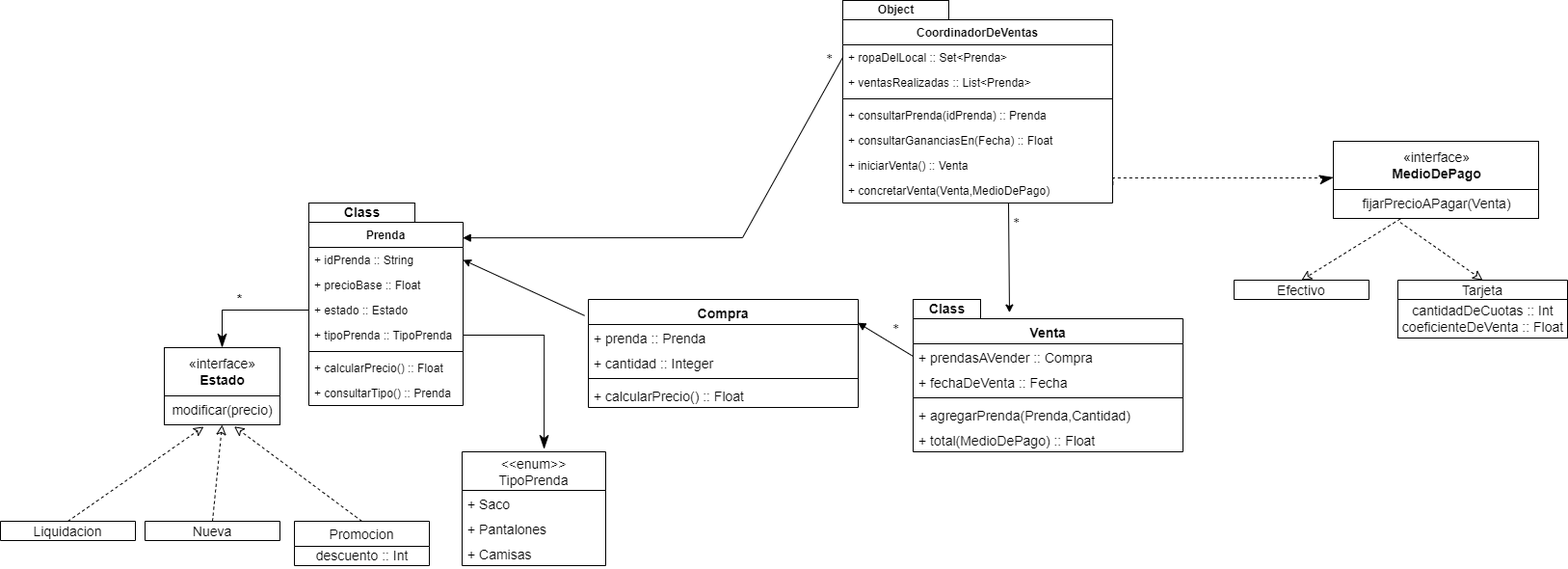
Above: Ej I.drawio.png in nullspace1/macowinsPrimeraIteracion (draw.io), before the change. Source tidied: cells renumbered, new cells last; positions are measured from the earlier drawing's top-left corner, leaving out a move shared by most shapes. Source of this version:
```xml
<mxGraphModel>
  <root>
    <mxCell id="0" />
    <mxCell id="1" parent="0" />
    <mxCell id="2" value="CoordinadorDeVentas" style="swimlane;fontStyle=1;align=center;verticalAlign=top;horizontal=1;startSize=26;" parent="1" vertex="1">
      <mxGeometry x="874" y="20" width="280" height="190" as="geometry" />
    </mxCell>
    <mxCell id="3" value="+ ropaDelLocal :: Set&lt;Prenda&gt;" style="text;strokeColor=none;fillColor=none;align=left;verticalAlign=top;spacingLeft=4;spacingRight=4;overflow=hidden;points=[[0,0.5],[1,0.5]];portConstraint=eastwest;" parent="2" vertex="1">
      <mxGeometry y="26" width="280" height="26" as="geometry" />
    </mxCell>
    <mxCell id="4" value="+ ventasRealizadas :: List&lt;Prenda&gt;" style="text;strokeColor=none;fillColor=none;align=left;verticalAlign=top;spacingLeft=4;spacingRight=4;overflow=hidden;" parent="2" vertex="1">
      <mxGeometry y="52" width="280" height="26" as="geometry" />
    </mxCell>
    <mxCell id="5" style="line;strokeWidth=1;fillColor=none;align=left;verticalAlign=middle;spacingTop=-1;spacingLeft=3;spacingRight=3;labelPosition=right;" parent="2" vertex="1">
      <mxGeometry y="78" width="280" height="8" as="geometry" />
    </mxCell>
    <mxCell id="6" value="+ consultarPrenda(idPrenda) :: Prenda" style="text;strokeColor=none;fillColor=none;align=left;verticalAlign=top;spacingLeft=4;spacingRight=4;overflow=hidden;" parent="2" vertex="1">
      <mxGeometry y="86" width="280" height="26" as="geometry" />
    </mxCell>
    <mxCell id="7" value="+ consultarGananciasEn(Fecha) :: Float" style="text;strokeColor=none;fillColor=none;align=left;verticalAlign=top;spacingLeft=4;spacingRight=4;overflow=hidden;" parent="2" vertex="1">
      <mxGeometry y="112" width="280" height="26" as="geometry" />
    </mxCell>
    <mxCell id="8" value="+ iniciarVenta() :: Venta" style="text;strokeColor=none;fillColor=none;align=left;verticalAlign=top;spacingLeft=4;spacingRight=4;overflow=hidden;" parent="2" vertex="1">
      <mxGeometry y="138" width="280" height="26" as="geometry" />
    </mxCell>
    <mxCell id="9" value="+ concretarVenta(Venta,MedioDePago)" style="text;strokeColor=none;fillColor=none;align=left;verticalAlign=top;spacingLeft=4;spacingRight=4;overflow=hidden;points=[[0,0.5],[1,0.5]];portConstraint=eastwest;" parent="2" vertex="1">
      <mxGeometry y="164" width="280" height="26" as="geometry" />
    </mxCell>
    <mxCell id="10" value="&lt;b&gt;Object&lt;/b&gt;" style="html=1;" parent="1" vertex="1">
      <mxGeometry x="874" width="110" height="20" as="geometry" />
    </mxCell>
    <mxCell id="11" value="Prenda" style="swimlane;fontStyle=1;align=center;verticalAlign=top;horizontal=1;startSize=26;" parent="1" vertex="1">
      <mxGeometry x="320" y="230" width="160" height="190" as="geometry" />
    </mxCell>
    <mxCell id="12" value="+ idPrenda :: String" style="text;strokeColor=none;fillColor=none;align=left;verticalAlign=top;spacingLeft=4;spacingRight=4;overflow=hidden;points=[[0,0.5],[1,0.5]];portConstraint=eastwest;" parent="11" vertex="1">
      <mxGeometry y="26" width="160" height="26" as="geometry" />
    </mxCell>
    <mxCell id="13" value="+ precioBase :: Float" style="text;strokeColor=none;fillColor=none;align=left;verticalAlign=top;spacingLeft=4;spacingRight=4;overflow=hidden;" parent="11" vertex="1">
      <mxGeometry y="52" width="160" height="26" as="geometry" />
    </mxCell>
    <mxCell id="14" value="+ estado :: Estado" style="text;strokeColor=none;fillColor=none;align=left;verticalAlign=top;spacingLeft=4;spacingRight=4;overflow=hidden;points=[[0,0.5],[1,0.5]];portConstraint=eastwest;" parent="11" vertex="1">
      <mxGeometry y="78" width="160" height="26" as="geometry" />
    </mxCell>
    <mxCell id="15" value="+ tipoPrenda :: TipoPrenda" style="text;strokeColor=none;fillColor=none;align=left;verticalAlign=top;spacingLeft=4;spacingRight=4;overflow=hidden;points=[[0,0.5],[1,0.5]];portConstraint=eastwest;" parent="11" vertex="1">
      <mxGeometry y="104" width="160" height="26" as="geometry" />
    </mxCell>
    <mxCell id="16" style="line;strokeWidth=1;fillColor=none;align=left;verticalAlign=middle;spacingTop=-1;spacingLeft=3;spacingRight=3;labelPosition=right;" parent="11" vertex="1">
      <mxGeometry y="130" width="160" height="8" as="geometry" />
    </mxCell>
    <mxCell id="17" value="+ calcularPrecio() :: Float" style="text;strokeColor=none;fillColor=none;align=left;verticalAlign=top;spacingLeft=4;spacingRight=4;overflow=hidden;" parent="11" vertex="1">
      <mxGeometry y="138" width="160" height="26" as="geometry" />
    </mxCell>
    <mxCell id="18" value="+ consultarTipo() :: Prenda" style="text;strokeColor=none;fillColor=none;align=left;verticalAlign=top;spacingLeft=4;spacingRight=4;overflow=hidden;" parent="11" vertex="1">
      <mxGeometry y="164" width="160" height="26" as="geometry" />
    </mxCell>
    <mxCell id="19" value="&lt;b&gt;Class&lt;/b&gt;" style="html=1;fontSize=14;" parent="1" vertex="1">
      <mxGeometry x="320" y="210" width="110" height="20" as="geometry" />
    </mxCell>
    <mxCell id="20" value="&lt;b&gt;&lt;font style=&quot;font-size: 14px&quot;&gt;&amp;nbsp;*&lt;/font&gt;&lt;/b&gt;" style="endArrow=classicThin;html=1;endSize=12;startArrow=none;startSize=14;startFill=0;edgeStyle=orthogonalEdgeStyle;align=left;verticalAlign=bottom;rounded=0;entryX=0.5;entryY=0;entryDx=0;entryDy=0;endFill=1;exitX=0;exitY=0.5;exitDx=0;exitDy=0;" parent="1" edge="1" source="14" target="21">
      <mxGeometry x="0.24" relative="1" as="geometry" />
    </mxCell>
    <mxCell id="21" value="«interface»&lt;br&gt;&lt;b&gt;Estado&lt;/b&gt;" style="html=1;fontSize=14;" parent="1" vertex="1">
      <mxGeometry x="170" y="360" width="120" height="50" as="geometry" />
    </mxCell>
    <mxCell id="22" value="modificar(precio)" style="html=1;fontSize=14;" parent="1" vertex="1">
      <mxGeometry x="170" y="410" width="120" height="30" as="geometry" />
    </mxCell>
    <mxCell id="23" style="html=1;verticalAlign=bottom;endArrow=classic;dashed=1;endSize=8;rounded=0;fontSize=14;endFill=0;entryX=0.5;entryY=1;entryDx=0;entryDy=0;exitX=0.5;exitY=0;exitDx=0;exitDy=0;" parent="1" edge="1" source="24" target="22">
      <mxGeometry relative="1" as="geometry" />
    </mxCell>
    <mxCell id="24" value="Nueva" style="swimlane;fontStyle=0;horizontal=1;startSize=26;fillColor=none;fontSize=14;" parent="1" vertex="1">
      <mxGeometry x="150" y="540" width="140" height="20" as="geometry" />
    </mxCell>
    <mxCell id="25" value="Promocion" style="swimlane;fontStyle=0;horizontal=1;startSize=26;fillColor=none;fontSize=14;" parent="1" vertex="1">
      <mxGeometry x="305" y="540" width="140" height="46" as="geometry" />
    </mxCell>
    <mxCell id="26" value="descuento :: Int" style="text;html=1;align=center;verticalAlign=middle;strokeColor=none;fillColor=none;fontSize=14;" parent="25" vertex="1">
      <mxGeometry y="26" width="140" height="20" as="geometry" />
    </mxCell>
    <mxCell id="27" style="html=1;verticalAlign=bottom;endArrow=classic;dashed=1;endSize=8;rounded=0;fontSize=14;endFill=0;entryX=0.605;entryY=1.058;entryDx=0;entryDy=0;entryPerimeter=0;exitX=0.5;exitY=0;exitDx=0;exitDy=0;" parent="1" edge="1" source="25" target="22">
      <mxGeometry relative="1" as="geometry" />
    </mxCell>
    <mxCell id="28" value="Liquidacion" style="swimlane;fontStyle=0;horizontal=1;startSize=26;fillColor=none;fontSize=14;" parent="1" vertex="1">
      <mxGeometry y="540" width="140" height="20" as="geometry" />
    </mxCell>
    <mxCell id="29" style="html=1;verticalAlign=bottom;endArrow=classic;dashed=1;endSize=8;rounded=0;fontSize=14;endFill=0;entryX=0.34;entryY=1.064;entryDx=0;entryDy=0;entryPerimeter=0;exitX=0.5;exitY=0;exitDx=0;exitDy=0;" parent="1" edge="1" source="28" target="22">
      <mxGeometry relative="1" as="geometry" />
    </mxCell>
    <mxCell id="30" style="endArrow=classicThin;html=1;endSize=12;startArrow=none;startSize=14;startFill=0;edgeStyle=orthogonalEdgeStyle;align=left;verticalAlign=bottom;rounded=0;entryX=0.571;entryY=-0.024;entryDx=0;entryDy=0;endFill=1;exitX=1;exitY=0.5;exitDx=0;exitDy=0;entryPerimeter=0;" parent="1" edge="1" source="15" target="31">
      <mxGeometry x="-1" y="3" relative="1" as="geometry">
        <Array as="points">
          <mxPoint x="564" y="347" />
        </Array>
      </mxGeometry>
    </mxCell>
    <mxCell id="31" value="&lt;&lt;enum&gt;&gt;&#10;TipoPrenda" style="swimlane;fontStyle=0;horizontal=1;startSize=40;fillColor=none;fontSize=14;" parent="1" vertex="1">
      <mxGeometry x="479" y="468" width="149" height="118" as="geometry" />
    </mxCell>
    <mxCell id="32" value="+ Saco" style="text;strokeColor=none;fillColor=none;align=left;verticalAlign=top;spacingLeft=4;spacingRight=4;overflow=hidden;fontSize=14;" parent="31" vertex="1">
      <mxGeometry y="40" width="149" height="26" as="geometry" />
    </mxCell>
    <mxCell id="33" value="+ Pantalones" style="text;strokeColor=none;fillColor=none;align=left;verticalAlign=top;spacingLeft=4;spacingRight=4;overflow=hidden;fontSize=14;" parent="31" vertex="1">
      <mxGeometry y="66" width="149" height="26" as="geometry" />
    </mxCell>
    <mxCell id="34" value="+ Camisas" style="text;strokeColor=none;fillColor=none;align=left;verticalAlign=top;spacingLeft=4;spacingRight=4;overflow=hidden;fontSize=14;" parent="31" vertex="1">
      <mxGeometry y="92" width="149" height="26" as="geometry" />
    </mxCell>
    <mxCell id="35" style="html=1;verticalAlign=bottom;endArrow=none;endSize=8;rounded=0;fontSize=14;endFill=0;startArrow=classic;startFill=1;strokeWidth=1;exitX=0.357;exitY=-0.046;exitDx=0;exitDy=0;exitPerimeter=0;" parent="1" edge="1" source="36">
      <mxGeometry relative="1" as="geometry">
        <mxPoint x="1046" y="210" as="targetPoint" />
      </mxGeometry>
    </mxCell>
    <mxCell id="36" value="Venta" style="swimlane;fontStyle=1;align=center;verticalAlign=top;horizontal=1;startSize=26;fontSize=14;" parent="1" vertex="1">
      <mxGeometry x="947" y="330" width="280" height="138" as="geometry" />
    </mxCell>
    <mxCell id="37" value="+ prendasAVender :: Compra" style="text;strokeColor=none;fillColor=none;align=left;verticalAlign=top;spacingLeft=4;spacingRight=4;overflow=hidden;points=[[0,0.5],[1,0.5]];portConstraint=eastwest;fontSize=14;" parent="36" vertex="1">
      <mxGeometry y="26" width="280" height="26" as="geometry" />
    </mxCell>
    <mxCell id="38" value="+ fechaDeVenta :: Fecha" style="text;strokeColor=none;fillColor=none;align=left;verticalAlign=top;spacingLeft=4;spacingRight=4;overflow=hidden;fontSize=14;" parent="36" vertex="1">
      <mxGeometry y="52" width="280" height="26" as="geometry" />
    </mxCell>
    <mxCell id="39" style="line;strokeWidth=1;fillColor=none;align=left;verticalAlign=middle;spacingTop=-1;spacingLeft=3;spacingRight=3;labelPosition=right;fontSize=14;" parent="36" vertex="1">
      <mxGeometry y="78" width="280" height="8" as="geometry" />
    </mxCell>
    <mxCell id="40" value="+ agregarPrenda(Prenda,Cantidad)" style="text;strokeColor=none;fillColor=none;align=left;verticalAlign=top;spacingLeft=4;spacingRight=4;overflow=hidden;fontSize=14;" parent="36" vertex="1">
      <mxGeometry y="86" width="280" height="26" as="geometry" />
    </mxCell>
    <mxCell id="41" value="+ total(MedioDePago) :: Float" style="text;strokeColor=none;fillColor=none;align=left;verticalAlign=top;spacingLeft=4;spacingRight=4;overflow=hidden;fontSize=14;" parent="36" vertex="1">
      <mxGeometry y="112" width="280" height="26" as="geometry" />
    </mxCell>
    <mxCell id="42" value="&lt;b&gt;Class&lt;/b&gt;" style="html=1;fontSize=14;" parent="1" vertex="1">
      <mxGeometry x="947" y="310" width="70" height="20" as="geometry" />
    </mxCell>
    <mxCell id="43" style="html=1;verticalAlign=bottom;endArrow=block;rounded=0;fontSize=14;strokeWidth=1;entryX=0.998;entryY=0.085;entryDx=0;entryDy=0;entryPerimeter=0;exitX=0;exitY=0.5;exitDx=0;exitDy=0;" parent="1" edge="1" source="3" target="11">
      <mxGeometry relative="1" as="geometry">
        <Array as="points">
          <mxPoint x="770" y="246" />
        </Array>
      </mxGeometry>
    </mxCell>
    <mxCell id="44" style="html=1;verticalAlign=bottom;endArrow=block;rounded=0;fontSize=14;strokeWidth=1;exitX=0;exitY=0.5;exitDx=0;exitDy=0;entryX=0.998;entryY=-0.072;entryDx=0;entryDy=0;entryPerimeter=0;" parent="1" edge="1" source="37" target="57">
      <mxGeometry relative="1" as="geometry" />
    </mxCell>
    <mxCell id="45" value="&lt;font face=&quot;Times New Roman&quot; style=&quot;font-size: 13px&quot;&gt;*&lt;/font&gt;" style="text;html=1;align=center;verticalAlign=middle;strokeColor=none;fillColor=none;fontSize=14;" parent="1" vertex="1">
      <mxGeometry x="919" y="330" width="20" height="20" as="geometry" />
    </mxCell>
    <mxCell id="46" value="&lt;font face=&quot;Times New Roman&quot; style=&quot;font-size: 13px&quot;&gt;*&lt;/font&gt;" style="text;html=1;align=center;verticalAlign=middle;strokeColor=none;fillColor=none;fontSize=14;" parent="1" vertex="1">
      <mxGeometry x="850" y="50" width="20" height="20" as="geometry" />
    </mxCell>
    <mxCell id="47" value="«interface»&lt;br&gt;&lt;b&gt;MedioDePago&lt;/b&gt;" style="html=1;fontSize=14;" parent="1" vertex="1">
      <mxGeometry x="1383" y="146" width="213" height="50" as="geometry" />
    </mxCell>
    <mxCell id="48" value="fijarPrecioAPagar(Venta)" style="html=1;fontSize=14;" parent="1" vertex="1">
      <mxGeometry x="1383" y="196" width="213" height="30" as="geometry" />
    </mxCell>
    <mxCell id="49" style="endArrow=classicThin;html=1;endSize=12;startArrow=none;startSize=14;startFill=0;edgeStyle=orthogonalEdgeStyle;align=left;verticalAlign=bottom;rounded=0;endFill=1;exitX=1.001;exitY=0.268;exitDx=0;exitDy=0;dashed=1;exitPerimeter=0;entryX=0;entryY=0.75;entryDx=0;entryDy=0;" parent="1" edge="1" source="9" target="47">
      <mxGeometry x="-1" y="3" relative="1" as="geometry">
        <Array as="points">
          <mxPoint x="1154" y="184" />
          <mxPoint x="1380" y="184" />
        </Array>
      </mxGeometry>
    </mxCell>
    <mxCell id="50" value="Efectivo" style="swimlane;fontStyle=0;horizontal=1;startSize=26;fillColor=none;fontSize=14;" parent="1" vertex="1">
      <mxGeometry x="1280" y="290" width="140" height="20" as="geometry" />
    </mxCell>
    <mxCell id="51" value="Tarjeta" style="swimlane;fontStyle=0;horizontal=1;startSize=26;fillColor=none;fontSize=14;" parent="1" vertex="1">
      <mxGeometry x="1450" y="290" width="176" height="20" as="geometry" />
    </mxCell>
    <mxCell id="52" value="cantidadDeCuotas :: Int&lt;br&gt;coeficienteDeVenta :: Float" style="html=1;fontSize=14;" parent="1" vertex="1">
      <mxGeometry x="1450" y="310" width="176" height="40" as="geometry" />
    </mxCell>
    <mxCell id="53" style="html=1;verticalAlign=bottom;endArrow=classic;dashed=1;endSize=8;rounded=0;fontSize=14;endFill=0;exitX=0.326;exitY=1.018;exitDx=0;exitDy=0;exitPerimeter=0;entryX=0.5;entryY=0;entryDx=0;entryDy=0;" parent="1" edge="1" source="48" target="50">
      <mxGeometry relative="1" as="geometry" />
    </mxCell>
    <mxCell id="54" style="html=1;verticalAlign=bottom;endArrow=classic;dashed=1;endSize=8;rounded=0;fontSize=14;endFill=0;exitX=0.326;exitY=1.138;exitDx=0;exitDy=0;exitPerimeter=0;entryX=0.5;entryY=0;entryDx=0;entryDy=0;" parent="1" edge="1" source="48" target="51">
      <mxGeometry relative="1" as="geometry" />
    </mxCell>
    <mxCell id="55" value="&lt;font face=&quot;Times New Roman&quot; style=&quot;font-size: 13px&quot;&gt;*&lt;/font&gt;" style="text;html=1;align=center;verticalAlign=middle;strokeColor=none;fillColor=none;fontSize=14;" parent="1" vertex="1">
      <mxGeometry x="1043.5" y="220" width="20" height="20" as="geometry" />
    </mxCell>
    <mxCell id="56" value="Compra" style="swimlane;fontStyle=1;align=center;verticalAlign=top;horizontal=1;startSize=26;fontSize=14;" parent="1" vertex="1">
      <mxGeometry x="610" y="310" width="280" height="112" as="geometry" />
    </mxCell>
    <mxCell id="57" value="+ prenda :: Prenda" style="text;strokeColor=none;fillColor=none;align=left;verticalAlign=top;spacingLeft=4;spacingRight=4;overflow=hidden;points=[[0,0.5],[1,0.5]];portConstraint=eastwest;fontSize=14;" parent="56" vertex="1">
      <mxGeometry y="26" width="280" height="26" as="geometry" />
    </mxCell>
    <mxCell id="58" value="+ cantidad :: Integer" style="text;strokeColor=none;fillColor=none;align=left;verticalAlign=top;spacingLeft=4;spacingRight=4;overflow=hidden;fontSize=14;" parent="56" vertex="1">
      <mxGeometry y="52" width="280" height="26" as="geometry" />
    </mxCell>
    <mxCell id="59" style="line;strokeWidth=1;fillColor=none;align=left;verticalAlign=middle;spacingTop=-1;spacingLeft=3;spacingRight=3;labelPosition=right;fontSize=14;" parent="56" vertex="1">
      <mxGeometry y="78" width="280" height="8" as="geometry" />
    </mxCell>
    <mxCell id="60" value="+ calcularPrecio() :: Float" style="text;strokeColor=none;fillColor=none;align=left;verticalAlign=top;spacingLeft=4;spacingRight=4;overflow=hidden;fontSize=14;" parent="56" vertex="1">
      <mxGeometry y="86" width="280" height="26" as="geometry" />
    </mxCell>
    <mxCell id="61" style="endArrow=classic;html=1;rounded=0;entryX=1;entryY=0.5;entryDx=0;entryDy=0;exitX=-0.014;exitY=0.15;exitDx=0;exitDy=0;exitPerimeter=0;" parent="1" edge="1" source="56" target="12">
      <mxGeometry relative="1" as="geometry" />
    </mxCell>
  </root>
</mxGraphModel>
```
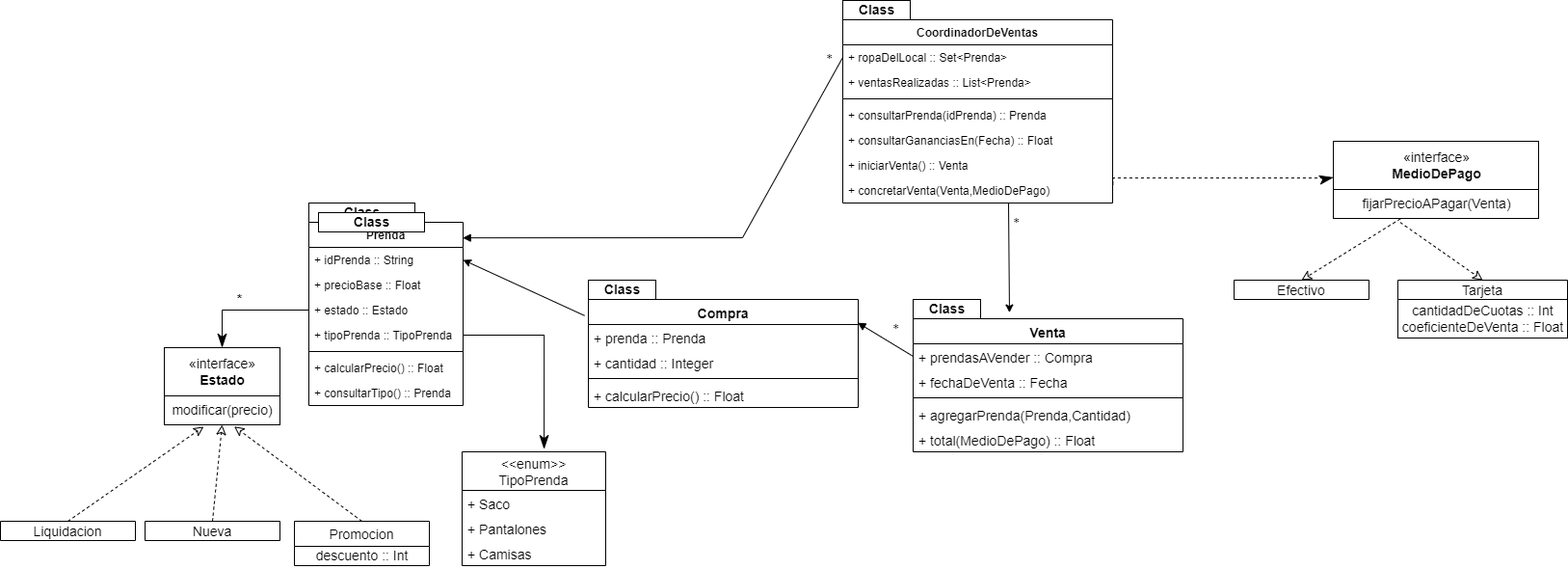
After the commit.

The edit, as a diff of the source:
```diff
@@ -26,9 +26,6 @@
     <mxCell id="9" value="+ concretarVenta(Venta,MedioDePago)" style="text;strokeColor=none;fillColor=none;align=left;verticalAlign=top;spacingLeft=4;spacingRight=4;overflow=hidden;points=[[0,0.5],[1,0.5]];portConstraint=eastwest;" parent="2" vertex="1">
       <mxGeometry y="164" width="280" height="26" as="geometry" />
     </mxCell>
-    <mxCell id="10" value="&lt;b&gt;Object&lt;/b&gt;" style="html=1;" parent="1" vertex="1">
-      <mxGeometry x="874" width="110" height="20" as="geometry" />
-    </mxCell>
     <mxCell id="11" value="Prenda" style="swimlane;fontStyle=1;align=center;verticalAlign=top;horizontal=1;startSize=26;" parent="1" vertex="1">
       <mxGeometry x="320" y="230" width="160" height="190" as="geometry" />
     </mxCell>
@@ -197,5 +194,14 @@
     <mxCell id="61" style="endArrow=classic;html=1;rounded=0;entryX=1;entryY=0.5;entryDx=0;entryDy=0;exitX=-0.014;exitY=0.15;exitDx=0;exitDy=0;exitPerimeter=0;" parent="1" edge="1" source="56" target="12">
       <mxGeometry relative="1" as="geometry" />
     </mxCell>
+    <mxCell id="62" value="&lt;b&gt;Class&lt;/b&gt;" style="html=1;fontSize=14;" parent="1" vertex="1">
+      <mxGeometry x="330" y="220" width="110" height="20" as="geometry" />
+    </mxCell>
+    <mxCell id="63" value="&lt;b&gt;Class&lt;/b&gt;" style="html=1;fontSize=14;" parent="1" vertex="1">
+      <mxGeometry x="610" y="290" width="70" height="20" as="geometry" />
+    </mxCell>
+    <mxCell id="64" value="&lt;b&gt;Class&lt;/b&gt;" style="html=1;fontSize=14;" parent="1" vertex="1">
+      <mxGeometry x="874" width="70" height="20" as="geometry" />
+    </mxCell>
   </root>
 </mxGraphModel>
```
